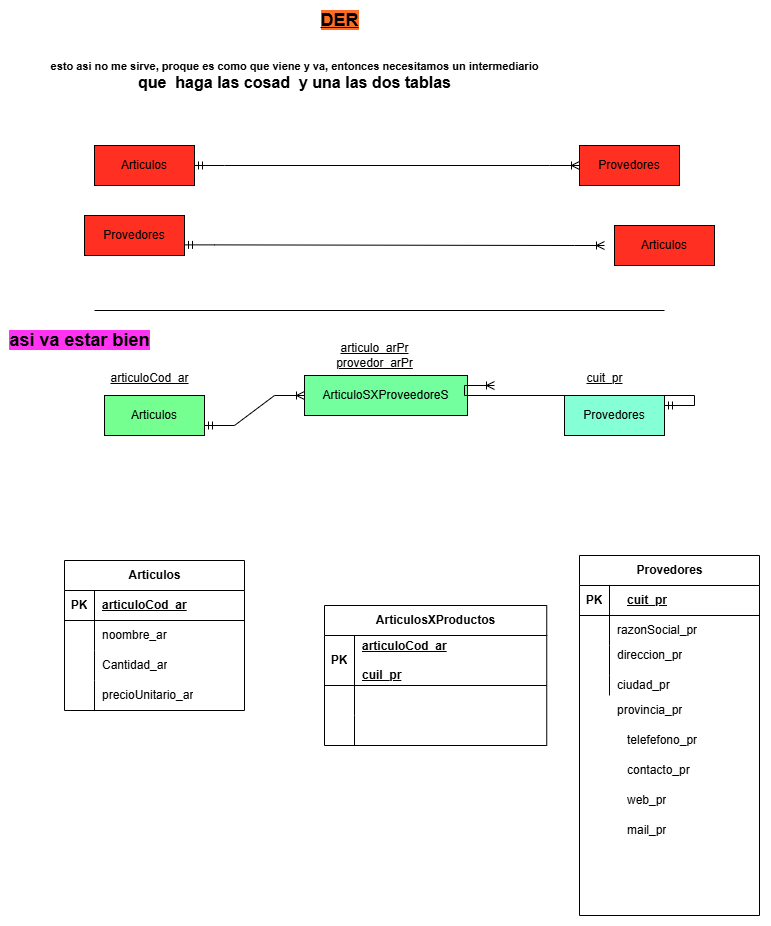
Earlier version of the draw.io export Ejercicio2.drawio.png (Judith-Diaz/draw.io). Source tidied: cells renumbered, new cells last; positions are measured from the earlier drawing's top-left corner, leaving out a move shared by most shapes. Its diagram source:
```xml
<mxGraphModel>
  <root>
    <mxCell id="0" />
    <mxCell id="1" parent="0" />
    <mxCell id="2" value="Articulos" style="shape=table;startSize=30;rowLines=0;fontStyle=1;align=center;html=1;" parent="1" vertex="1">
      <mxGeometry x="65" y="560" width="180" height="150" as="geometry" />
    </mxCell>
    <mxCell id="3" style="shape=tableRow;horizontal=0;startSize=0;swimlaneHead=0;swimlaneBody=0;fillColor=none;top=0;left=0;right=0;bottom=1;" parent="2" vertex="1">
      <mxGeometry y="30" width="180" height="30" as="geometry" />
    </mxCell>
    <mxCell id="4" value="PK" style="shape=partialRectangle;fillColor=none;top=0;left=0;bottom=0;right=0;fontStyle=1;overflow=hidden;whiteSpace=wrap;html=1;" parent="3" vertex="1">
      <mxGeometry width="30" height="30" as="geometry" />
    </mxCell>
    <mxCell id="5" value="articuloCod_ar" style="shape=partialRectangle;fillColor=none;top=0;left=0;bottom=0;right=0;align=left;spacingLeft=6;fontStyle=5;overflow=hidden;whiteSpace=wrap;html=1;" parent="3" vertex="1">
      <mxGeometry x="30" width="150" height="30" as="geometry" />
    </mxCell>
    <mxCell id="6" style="shape=tableRow;horizontal=0;startSize=0;swimlaneHead=0;swimlaneBody=0;fillColor=none;top=0;left=0;right=0;bottom=0;" parent="2" vertex="1">
      <mxGeometry y="60" width="180" height="30" as="geometry" />
    </mxCell>
    <mxCell id="7" style="shape=partialRectangle;fillColor=none;top=0;left=0;bottom=0;right=0;overflow=hidden;whiteSpace=wrap;html=1;" parent="6" vertex="1">
      <mxGeometry width="30" height="30" as="geometry" />
    </mxCell>
    <mxCell id="8" value="noombre_ar" style="shape=partialRectangle;fillColor=none;top=0;left=0;bottom=0;right=0;align=left;spacingLeft=6;overflow=hidden;whiteSpace=wrap;html=1;" parent="6" vertex="1">
      <mxGeometry x="30" width="150" height="30" as="geometry" />
    </mxCell>
    <mxCell id="9" style="shape=tableRow;horizontal=0;startSize=0;swimlaneHead=0;swimlaneBody=0;fillColor=none;top=0;left=0;right=0;bottom=0;" parent="2" vertex="1">
      <mxGeometry y="90" width="180" height="30" as="geometry" />
    </mxCell>
    <mxCell id="10" style="shape=partialRectangle;fillColor=none;top=0;left=0;bottom=0;right=0;overflow=hidden;whiteSpace=wrap;html=1;" parent="9" vertex="1">
      <mxGeometry width="30" height="30" as="geometry" />
    </mxCell>
    <mxCell id="11" value="Cantidad_ar" style="shape=partialRectangle;fillColor=none;top=0;left=0;bottom=0;right=0;align=left;spacingLeft=6;overflow=hidden;whiteSpace=wrap;html=1;" parent="9" vertex="1">
      <mxGeometry x="30" width="150" height="30" as="geometry" />
    </mxCell>
    <mxCell id="12" style="shape=tableRow;horizontal=0;startSize=0;swimlaneHead=0;swimlaneBody=0;fillColor=none;top=0;left=0;right=0;bottom=0;" parent="2" vertex="1">
      <mxGeometry y="120" width="180" height="30" as="geometry" />
    </mxCell>
    <mxCell id="13" style="shape=partialRectangle;fillColor=none;top=0;left=0;bottom=0;right=0;overflow=hidden;whiteSpace=wrap;html=1;" parent="12" vertex="1">
      <mxGeometry width="30" height="30" as="geometry" />
    </mxCell>
    <mxCell id="14" value="precioUnitario_ar" style="shape=partialRectangle;fillColor=none;top=0;left=0;bottom=0;right=0;align=left;spacingLeft=6;overflow=hidden;whiteSpace=wrap;html=1;" parent="12" vertex="1">
      <mxGeometry x="30" width="150" height="30" as="geometry" />
    </mxCell>
    <mxCell id="15" value="Articulos" style="whiteSpace=wrap;html=1;align=center;fillColor=#FF3021;" parent="1" vertex="1">
      <mxGeometry x="95" y="145" width="100" height="40" as="geometry" />
    </mxCell>
    <mxCell id="16" value="Provedores" style="whiteSpace=wrap;html=1;align=center;fillColor=#FF3021;" parent="1" vertex="1">
      <mxGeometry x="580" y="145" width="100" height="40" as="geometry" />
    </mxCell>
    <mxCell id="17" style="edgeStyle=entityRelationEdgeStyle;fontSize=12;html=1;endArrow=ERoneToMany;startArrow=ERmandOne;rounded=0;exitX=1;exitY=0.5;exitDx=0;exitDy=0;entryX=0;entryY=0.5;entryDx=0;entryDy=0;fillColor=#FF3021;" parent="1" edge="1" source="15" target="16">
      <mxGeometry relative="1" as="geometry" />
    </mxCell>
    <mxCell id="18" value="Articulos" style="whiteSpace=wrap;html=1;align=center;fillColor=#FF3021;" parent="1" vertex="1">
      <mxGeometry x="615" y="225" width="100" height="40" as="geometry" />
    </mxCell>
    <mxCell id="19" value="Provedores" style="whiteSpace=wrap;html=1;align=center;fillColor=#FF3021;" parent="1" vertex="1">
      <mxGeometry x="85" y="215" width="100" height="40" as="geometry" />
    </mxCell>
    <mxCell id="20" style="edgeStyle=entityRelationEdgeStyle;fontSize=12;html=1;endArrow=ERoneToMany;startArrow=ERmandOne;rounded=0;exitX=1;exitY=0.5;exitDx=0;exitDy=0;fillColor=#FF3021;" parent="1" edge="1">
      <mxGeometry relative="1" as="geometry">
        <mxPoint x="185" y="244.4" as="sourcePoint" />
        <mxPoint x="605" y="245" as="targetPoint" />
      </mxGeometry>
    </mxCell>
    <mxCell id="21" value="&lt;b&gt;&lt;font style=&quot;font-size: 11px;&quot;&gt;esto asi no me sirve, proque es como que viene y va, entonces necesitamos un intermediario&lt;/font&gt;&lt;/b&gt;&lt;div&gt;&lt;b&gt;&lt;font size=&quot;3&quot;&gt;que&amp;nbsp; haga las cosad&amp;nbsp; y una las dos tablas&lt;/font&gt;&lt;/b&gt;&lt;/div&gt;" style="text;html=1;align=center;verticalAlign=middle;strokeColor=none;fillColor=none;" parent="1" vertex="1">
      <mxGeometry x="40" y="50" width="510" height="50" as="geometry" />
    </mxCell>
    <mxCell id="22" value="ArticuloSXProveedoreS" style="whiteSpace=wrap;html=1;align=center;fillColor=#73FF9D;" parent="1" vertex="1">
      <mxGeometry x="305" y="375" width="163" height="40" as="geometry" />
    </mxCell>
    <mxCell id="23" value="Articulos" style="whiteSpace=wrap;html=1;align=center;fillColor=#75FF91;" parent="1" vertex="1">
      <mxGeometry x="105" y="395" width="100" height="40" as="geometry" />
    </mxCell>
    <mxCell id="24" value="Provedores" style="whiteSpace=wrap;html=1;align=center;fillColor=#85FFD6;" parent="1" vertex="1">
      <mxGeometry x="565" y="395" width="100" height="40" as="geometry" />
    </mxCell>
    <mxCell id="25" style="edgeStyle=entityRelationEdgeStyle;fontSize=12;html=1;endArrow=ERoneToMany;startArrow=ERmandOne;rounded=0;entryX=0;entryY=0.5;entryDx=0;entryDy=0;" parent="1" edge="1" target="22">
      <mxGeometry relative="1" as="geometry">
        <mxPoint x="205" y="425" as="sourcePoint" />
      </mxGeometry>
    </mxCell>
    <mxCell id="26" style="edgeStyle=entityRelationEdgeStyle;fontSize=12;html=1;endArrow=ERoneToMany;startArrow=ERmandOne;rounded=0;exitX=1;exitY=0.25;exitDx=0;exitDy=0;" parent="1" edge="1" source="24">
      <mxGeometry relative="1" as="geometry">
        <mxPoint x="495" y="385" as="targetPoint" />
        <Array as="points">
          <mxPoint x="655" y="395" />
          <mxPoint x="555" y="445" />
          <mxPoint x="595" y="375" />
          <mxPoint x="625" y="375" />
          <mxPoint x="635" y="375" />
          <mxPoint x="605" y="385" />
          <mxPoint x="555" y="435" />
          <mxPoint x="705" y="405" />
          <mxPoint x="595" y="365" />
          <mxPoint x="575" y="385" />
          <mxPoint x="585" y="335" />
          <mxPoint x="575" y="375" />
          <mxPoint x="575" y="385" />
          <mxPoint x="575" y="385" />
        </Array>
      </mxGeometry>
    </mxCell>
    <mxCell id="27" value="&lt;u&gt;articuloCod_ar&lt;/u&gt;" style="text;html=1;align=center;verticalAlign=middle;strokeColor=none;fillColor=none;" parent="1" vertex="1">
      <mxGeometry x="100" y="363" width="100" height="30" as="geometry" />
    </mxCell>
    <mxCell id="28" value="&lt;u&gt;cuit_pr&lt;/u&gt;" style="text;html=1;align=center;verticalAlign=middle;strokeColor=none;fillColor=none;" parent="1" vertex="1">
      <mxGeometry x="575" y="363" width="60" height="30" as="geometry" />
    </mxCell>
    <mxCell id="29" value="&lt;u&gt;articulo_arPr&lt;/u&gt;&lt;div&gt;&lt;u&gt;provedor_arPr&lt;/u&gt;&lt;/div&gt;" style="text;html=1;align=center;verticalAlign=middle;strokeColor=none;fillColor=none;" parent="1" vertex="1">
      <mxGeometry x="325" y="335" width="100" height="40" as="geometry" />
    </mxCell>
    <mxCell id="30" style="line;strokeWidth=1;dashed=0;labelPosition=right;align=left;verticalAlign=middle;spacingTop=0;spacingLeft=6;fillColor=#FF8F1F;" parent="1" vertex="1">
      <mxGeometry x="95" y="305" width="570" height="10" as="geometry" />
    </mxCell>
    <mxCell id="31" value="&lt;b&gt;&lt;font style=&quot;font-size: 18px; background-color: rgb(255, 51, 241);&quot;&gt;asi va estar bien&lt;/font&gt;&lt;/b&gt;" style="text;html=1;align=center;verticalAlign=middle;strokeColor=none;fillColor=none;" parent="1" vertex="1">
      <mxGeometry y="320" width="160" height="40" as="geometry" />
    </mxCell>
    <mxCell id="32" style="group;" parent="1" vertex="1">
      <mxGeometry x="580" y="555" width="190" height="370" as="geometry" />
    </mxCell>
    <mxCell id="33" value="Provedores" style="shape=table;startSize=30;rowLines=0;fontStyle=1;align=center;html=1;" parent="32" vertex="1">
      <mxGeometry width="180" height="360" as="geometry" />
    </mxCell>
    <mxCell id="34" style="shape=tableRow;horizontal=0;startSize=0;swimlaneHead=0;swimlaneBody=0;fillColor=none;top=0;left=0;right=0;bottom=1;" parent="33" vertex="1">
      <mxGeometry y="30" width="180" height="30" as="geometry" />
    </mxCell>
    <mxCell id="35" value="PK" style="shape=partialRectangle;fillColor=none;top=0;left=0;bottom=0;right=0;fontStyle=1;overflow=hidden;whiteSpace=wrap;html=1;" parent="34" vertex="1">
      <mxGeometry width="30" height="30" as="geometry" />
    </mxCell>
    <mxCell id="36" style="shape=partialRectangle;fillColor=none;top=0;left=0;bottom=0;right=0;align=left;spacingLeft=6;fontStyle=5;overflow=hidden;whiteSpace=wrap;html=1;" parent="34" vertex="1">
      <mxGeometry x="30" width="150" height="30" as="geometry" />
    </mxCell>
    <mxCell id="37" style="shape=tableRow;horizontal=0;startSize=0;swimlaneHead=0;swimlaneBody=0;fillColor=none;top=0;left=0;right=0;bottom=0;" parent="33" vertex="1">
      <mxGeometry y="60" width="180" height="30" as="geometry" />
    </mxCell>
    <mxCell id="38" style="shape=partialRectangle;fillColor=none;top=0;left=0;bottom=0;right=0;overflow=hidden;whiteSpace=wrap;html=1;" parent="37" vertex="1">
      <mxGeometry width="30" height="30" as="geometry" />
    </mxCell>
    <mxCell id="39" value="razonSocial_pr" style="shape=partialRectangle;fillColor=none;top=0;left=0;bottom=0;right=0;align=left;spacingLeft=6;overflow=hidden;whiteSpace=wrap;html=1;" parent="37" vertex="1">
      <mxGeometry x="30" width="150" height="30" as="geometry" />
    </mxCell>
    <mxCell id="40" style="shape=tableRow;horizontal=0;startSize=0;swimlaneHead=0;swimlaneBody=0;fillColor=none;top=0;left=0;right=0;bottom=0;" parent="33" vertex="1">
      <mxGeometry y="90" width="180" height="30" as="geometry" />
    </mxCell>
    <mxCell id="41" style="shape=partialRectangle;fillColor=none;top=0;left=0;bottom=0;right=0;overflow=hidden;whiteSpace=wrap;html=1;" parent="40" vertex="1">
      <mxGeometry width="30" height="30" as="geometry" />
    </mxCell>
    <mxCell id="42" value="direccion_pr&lt;div&gt;&lt;br&gt;&lt;/div&gt;" style="shape=partialRectangle;fillColor=none;top=0;left=0;bottom=0;right=0;align=left;spacingLeft=6;overflow=hidden;whiteSpace=wrap;html=1;" parent="40" vertex="1">
      <mxGeometry x="30" width="150" height="30" as="geometry" />
    </mxCell>
    <mxCell id="43" style="shape=tableRow;horizontal=0;startSize=0;swimlaneHead=0;swimlaneBody=0;fillColor=none;top=0;left=0;right=0;bottom=0;" parent="33" vertex="1">
      <mxGeometry y="120" width="180" height="20" as="geometry" />
    </mxCell>
    <mxCell id="44" style="shape=partialRectangle;fillColor=none;top=0;left=0;bottom=0;right=0;overflow=hidden;whiteSpace=wrap;html=1;" parent="43" vertex="1">
      <mxGeometry width="30" height="20" as="geometry" />
    </mxCell>
    <mxCell id="45" value="ciudad_pr" style="shape=partialRectangle;fillColor=none;top=0;left=0;bottom=0;right=0;align=left;spacingLeft=6;overflow=hidden;whiteSpace=wrap;html=1;" parent="43" vertex="1">
      <mxGeometry x="30" width="150" height="20" as="geometry" />
    </mxCell>
    <mxCell id="46" value="provincia_pr" style="shape=partialRectangle;fillColor=none;top=0;left=0;bottom=0;right=0;align=left;spacingLeft=6;overflow=hidden;whiteSpace=wrap;html=1;" parent="32" vertex="1">
      <mxGeometry x="30" y="140" width="150" height="30" as="geometry" />
    </mxCell>
    <mxCell id="47" value="&lt;b&gt;&lt;u&gt;cuit_pr&lt;/u&gt;&lt;/b&gt;" style="shape=partialRectangle;fillColor=none;top=0;left=0;bottom=0;right=0;align=left;spacingLeft=6;overflow=hidden;whiteSpace=wrap;html=1;" parent="32" vertex="1">
      <mxGeometry x="40" y="30" width="150" height="30" as="geometry" />
    </mxCell>
    <mxCell id="48" value="telefefono_pr" style="shape=partialRectangle;fillColor=none;top=0;left=0;bottom=0;right=0;align=left;spacingLeft=6;overflow=hidden;whiteSpace=wrap;html=1;" parent="32" vertex="1">
      <mxGeometry x="40" y="170" width="150" height="30" as="geometry" />
    </mxCell>
    <mxCell id="49" value="contacto_pr" style="shape=partialRectangle;fillColor=none;top=0;left=0;bottom=0;right=0;align=left;spacingLeft=6;overflow=hidden;whiteSpace=wrap;html=1;" parent="32" vertex="1">
      <mxGeometry x="40" y="200" width="150" height="30" as="geometry" />
    </mxCell>
    <mxCell id="50" value="web_pr" style="shape=partialRectangle;fillColor=none;top=0;left=0;bottom=0;right=0;align=left;spacingLeft=6;overflow=hidden;whiteSpace=wrap;html=1;" parent="32" vertex="1">
      <mxGeometry x="40" y="230" width="150" height="30" as="geometry" />
    </mxCell>
    <mxCell id="51" value="mail_pr" style="shape=partialRectangle;fillColor=none;top=0;left=0;bottom=0;right=0;align=left;spacingLeft=6;overflow=hidden;whiteSpace=wrap;html=1;" parent="32" vertex="1">
      <mxGeometry x="40" y="260" width="150" height="30" as="geometry" />
    </mxCell>
    <mxCell id="52" value="&lt;b&gt;&lt;font style=&quot;font-size: 18px;&quot;&gt;&lt;u style=&quot;background-color: rgb(255, 109, 36);&quot;&gt;DER&lt;/u&gt;&lt;/font&gt;&lt;/b&gt;" style="text;html=1;align=center;verticalAlign=middle;strokeColor=none;fillColor=none;" parent="1" vertex="1">
      <mxGeometry x="310" width="60" height="40" as="geometry" />
    </mxCell>
    <mxCell id="53" value="ArticulosXProductos" style="shape=table;startSize=30;rowLines=0;fontStyle=1;align=center;html=1;" parent="1" vertex="1">
      <mxGeometry x="325" y="605" width="222.2" height="140" as="geometry" />
    </mxCell>
    <mxCell id="54" style="shape=tableRow;horizontal=0;startSize=0;swimlaneHead=0;swimlaneBody=0;fillColor=none;top=0;left=0;right=0;bottom=1;" parent="53" vertex="1">
      <mxGeometry y="30" width="222.2" height="50" as="geometry" />
    </mxCell>
    <mxCell id="55" value="PK" style="shape=partialRectangle;fillColor=none;top=0;left=0;bottom=0;right=0;fontStyle=1;overflow=hidden;whiteSpace=wrap;html=1;" parent="54" vertex="1">
      <mxGeometry width="30" height="50" as="geometry" />
    </mxCell>
    <mxCell id="56" value="articuloCod_ar&lt;div&gt;&lt;br&gt;&lt;/div&gt;&lt;div&gt;cuil_pr&lt;/div&gt;" style="shape=partialRectangle;fillColor=none;top=0;left=0;bottom=0;right=0;align=left;spacingLeft=6;fontStyle=5;overflow=hidden;whiteSpace=wrap;html=1;" parent="54" vertex="1">
      <mxGeometry x="30" width="192.2" height="50" as="geometry" />
    </mxCell>
    <mxCell id="57" style="shape=tableRow;horizontal=0;startSize=0;swimlaneHead=0;swimlaneBody=0;fillColor=none;top=0;left=0;right=0;bottom=0;" parent="53" vertex="1">
      <mxGeometry y="80" width="222.2" height="30" as="geometry" />
    </mxCell>
    <mxCell id="58" style="shape=partialRectangle;fillColor=none;top=0;left=0;bottom=0;right=0;overflow=hidden;whiteSpace=wrap;html=1;" parent="57" vertex="1">
      <mxGeometry width="30" height="30" as="geometry" />
    </mxCell>
    <mxCell id="59" style="shape=partialRectangle;fillColor=none;top=0;left=0;bottom=0;right=0;align=left;spacingLeft=6;overflow=hidden;whiteSpace=wrap;html=1;" parent="57" vertex="1">
      <mxGeometry x="30" width="192.2" height="30" as="geometry" />
    </mxCell>
    <mxCell id="60" style="shape=tableRow;horizontal=0;startSize=0;swimlaneHead=0;swimlaneBody=0;fillColor=none;top=0;left=0;right=0;bottom=0;" parent="53" vertex="1">
      <mxGeometry y="110" width="222.2" height="30" as="geometry" />
    </mxCell>
    <mxCell id="61" style="shape=partialRectangle;fillColor=none;top=0;left=0;bottom=0;right=0;overflow=hidden;whiteSpace=wrap;html=1;" parent="60" vertex="1">
      <mxGeometry width="30" height="30" as="geometry" />
    </mxCell>
    <mxCell id="62" style="shape=partialRectangle;fillColor=none;top=0;left=0;bottom=0;right=0;align=left;spacingLeft=6;overflow=hidden;whiteSpace=wrap;html=1;" parent="60" vertex="1">
      <mxGeometry x="30" width="192.2" height="30" as="geometry" />
    </mxCell>
  </root>
</mxGraphModel>
```
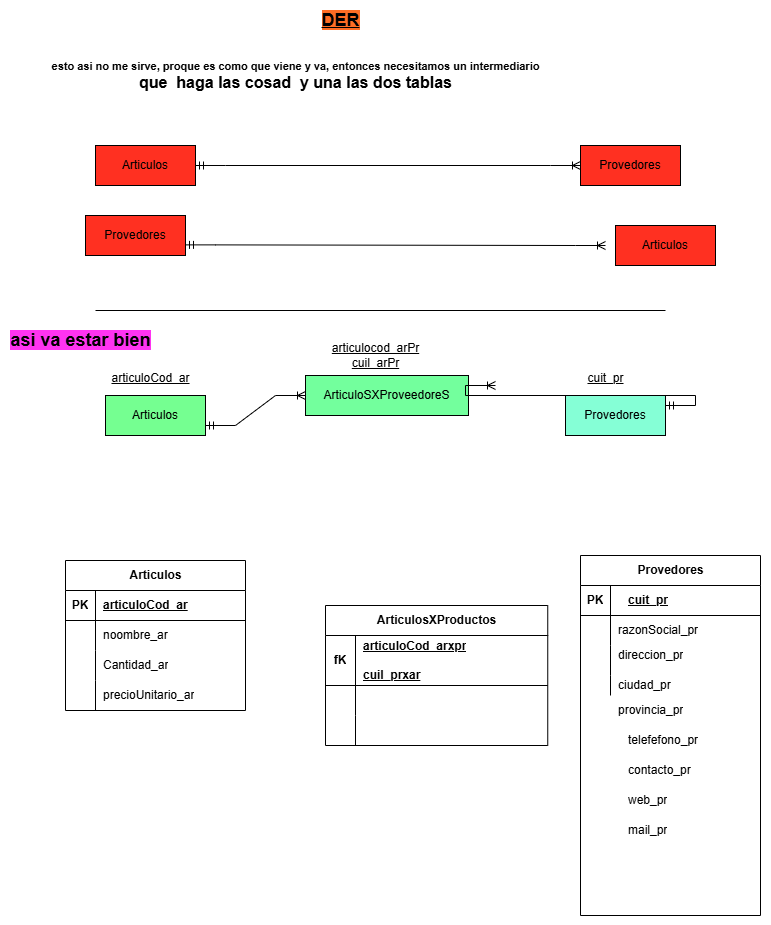
Above is the later version.

The edit, as a diff of the source:
```diff
@@ -106,8 +106,8 @@
     <mxCell id="28" value="&lt;u&gt;cuit_pr&lt;/u&gt;" style="text;html=1;align=center;verticalAlign=middle;strokeColor=none;fillColor=none;" parent="1" vertex="1">
       <mxGeometry x="575" y="363" width="60" height="30" as="geometry" />
     </mxCell>
-    <mxCell id="29" value="&lt;u&gt;articulo_arPr&lt;/u&gt;&lt;div&gt;&lt;u&gt;provedor_arPr&lt;/u&gt;&lt;/div&gt;" style="text;html=1;align=center;verticalAlign=middle;strokeColor=none;fillColor=none;" parent="1" vertex="1">
-      <mxGeometry x="325" y="335" width="100" height="40" as="geometry" />
+    <mxCell id="29" value="&lt;u&gt;articulocod_arPr&lt;/u&gt;&lt;div&gt;&lt;u&gt;cuil_arPr&lt;/u&gt;&lt;/div&gt;" style="text;html=1;align=center;verticalAlign=middle;strokeColor=none;fillColor=none;" parent="1" vertex="1">
+      <mxGeometry x="320" y="335" width="110" height="40" as="geometry" />
     </mxCell>
     <mxCell id="30" style="line;strokeWidth=1;dashed=0;labelPosition=right;align=left;verticalAlign=middle;spacingTop=0;spacingLeft=6;fillColor=#FF8F1F;" parent="1" vertex="1">
       <mxGeometry x="95" y="305" width="570" height="10" as="geometry" />
@@ -184,10 +184,10 @@
     <mxCell id="54" style="shape=tableRow;horizontal=0;startSize=0;swimlaneHead=0;swimlaneBody=0;fillColor=none;top=0;left=0;right=0;bottom=1;" parent="53" vertex="1">
       <mxGeometry y="30" width="222.2" height="50" as="geometry" />
     </mxCell>
-    <mxCell id="55" value="PK" style="shape=partialRectangle;fillColor=none;top=0;left=0;bottom=0;right=0;fontStyle=1;overflow=hidden;whiteSpace=wrap;html=1;" parent="54" vertex="1">
+    <mxCell id="55" value="fK" style="shape=partialRectangle;fillColor=none;top=0;left=0;bottom=0;right=0;fontStyle=1;overflow=hidden;whiteSpace=wrap;html=1;" parent="54" vertex="1">
       <mxGeometry width="30" height="50" as="geometry" />
     </mxCell>
-    <mxCell id="56" value="articuloCod_ar&lt;div&gt;&lt;br&gt;&lt;/div&gt;&lt;div&gt;cuil_pr&lt;/div&gt;" style="shape=partialRectangle;fillColor=none;top=0;left=0;bottom=0;right=0;align=left;spacingLeft=6;fontStyle=5;overflow=hidden;whiteSpace=wrap;html=1;" parent="54" vertex="1">
+    <mxCell id="56" value="&lt;font&gt;articuloCod_arxpr&lt;/font&gt;&lt;div&gt;&lt;br&gt;&lt;/div&gt;&lt;div&gt;cuil_prxar&lt;/div&gt;" style="shape=partialRectangle;fillColor=none;top=0;left=0;bottom=0;right=0;align=left;spacingLeft=6;fontStyle=5;overflow=hidden;whiteSpace=wrap;html=1;" parent="54" vertex="1">
       <mxGeometry x="30" width="192.2" height="50" as="geometry" />
     </mxCell>
     <mxCell id="57" style="shape=tableRow;horizontal=0;startSize=0;swimlaneHead=0;swimlaneBody=0;fillColor=none;top=0;left=0;right=0;bottom=0;" parent="53" vertex="1">
```
